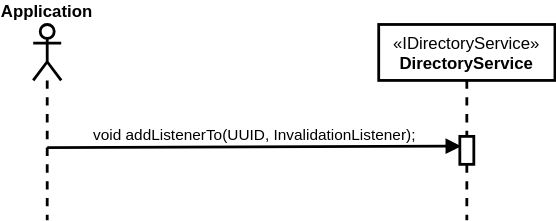
Above: docs/middleware/diagrams/UC02SubscribeToServiceGroupSequenceDiagramLevel1.drawio.svg in HaniAlshikh/tron (draw.io), before the change. Source tidied: cells renumbered, new cells last; positions are measured from the earlier drawing's top-left corner, leaving out a move shared by most shapes.
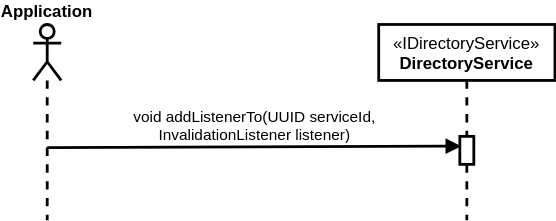
Above is the later version.

What changed in the source:
```diff
@@ -11,7 +11,7 @@
     <mxCell id="4" style="html=1;points=[];perimeter=orthogonalPerimeter;strokeWidth=2;verticalAlign=top;" parent="1" vertex="1">
       <mxGeometry x="305" y="80" width="10" height="20" as="geometry" />
     </mxCell>
-    <mxCell id="5" value="void addListenerTo(UUID, InvalidationListener);" style="html=1;verticalAlign=bottom;endArrow=block;strokeWidth=2;entryX=0.1;entryY=0.35;entryDx=0;entryDy=0;entryPerimeter=0;" parent="1" edge="1" target="4">
+    <mxCell id="5" value="void addListenerTo(UUID serviceId,&lt;br&gt;&amp;nbsp;InvalidationListener listener)" style="html=1;verticalAlign=bottom;endArrow=block;strokeWidth=2;entryX=0.1;entryY=0.35;entryDx=0;entryDy=0;entryPerimeter=0;" parent="1" edge="1" target="4">
       <mxGeometry relative="1" as="geometry">
         <mxPoint x="10" y="88" as="sourcePoint" />
       </mxGeometry>
```
